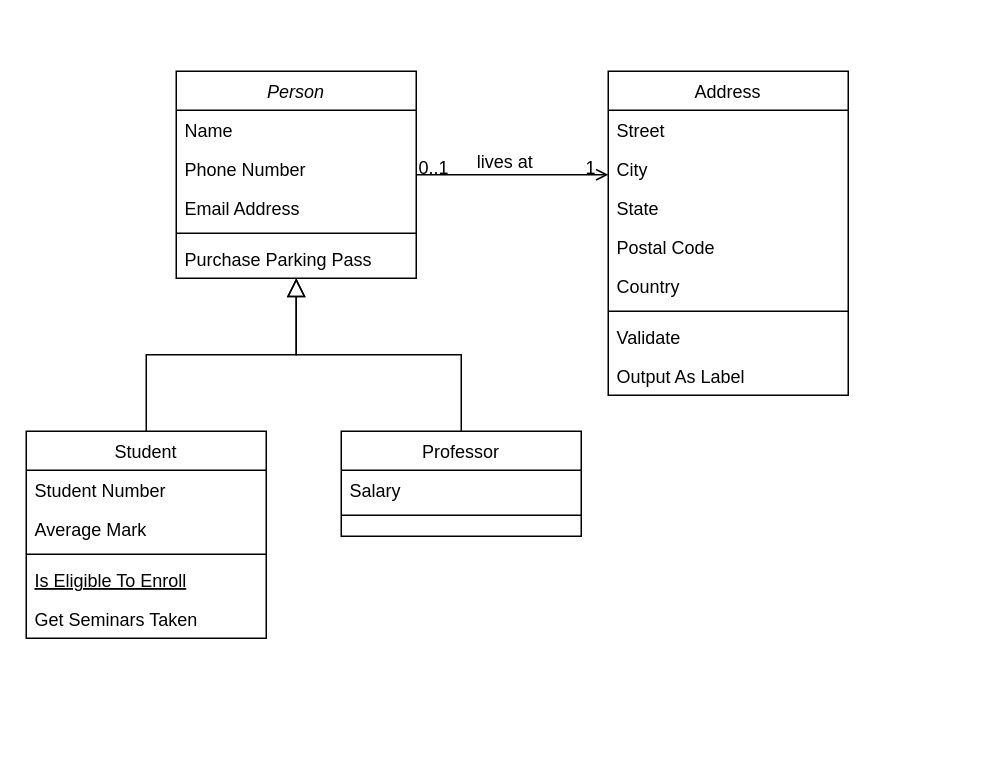
Before: ParadigmaOO/Diagrama sin título.drawio in Er1c-0Q/ProgOO, a draw.io diagram. Source tidied: cells renumbered, new cells numbered last; positions are measured from the earlier drawing's top-left corner, leaving out a move shared by most shapes. Both pictures are drawn from the tidied source at 150%, with x=0, y=0 at pixel (26, 70).
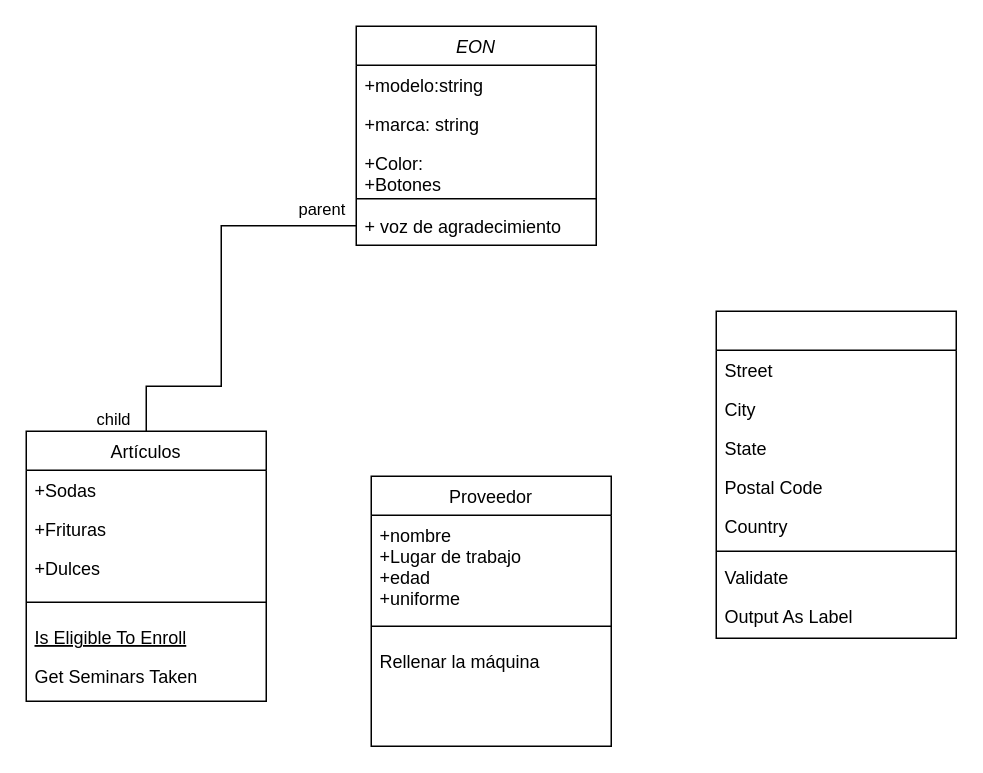
The same page after the edit.

The edit, as a diff of the source:
```diff
@@
-    <mxCell id="2" value="Person" style="swimlane;fontStyle=2;align=center;verticalAlign=top;horizontal=1;startSize=26;rounded=0;shadow=0;strokeWidth=1;" parent="1" vertex="1">
-      <mxGeometry x="100" width="160" height="138" as="geometry" />
+    <mxCell id="2" value="EON" style="swimlane;fontStyle=2;align=center;verticalAlign=top;horizontal=1;startSize=26;rounded=0;shadow=0;strokeWidth=1;" parent="1" vertex="1">
+      <mxGeometry x="220" y="-30" width="160" height="146" as="geometry" />
     </mxCell>
-    <mxCell id="3" value="Name" style="text;align=left;verticalAlign=top;spacingLeft=4;spacingRight=4;overflow=hidden;" parent="2" vertex="1">
+    <mxCell id="3" value="+modelo:string" style="text;align=left;verticalAlign=top;spacingLeft=4;spacingRight=4;overflow=hidden;" parent="2" vertex="1">
       <mxGeometry y="26" width="160" height="26" as="geometry" />
     </mxCell>
-    <mxCell id="4" value="Phone Number" style="text;align=left;verticalAlign=top;spacingLeft=4;spacingRight=4;overflow=hidden;rounded=0;shadow=0;html=0;" parent="2" vertex="1">
+    <mxCell id="4" value="+marca: string" style="text;align=left;verticalAlign=top;spacingLeft=4;spacingRight=4;overflow=hidden;rounded=0;shadow=0;html=0;" parent="2" vertex="1">
       <mxGeometry y="52" width="160" height="26" as="geometry" />
     </mxCell>
-    <mxCell id="5" value="Email Address" style="text;align=left;verticalAlign=top;spacingLeft=4;spacingRight=4;overflow=hidden;rounded=0;shadow=0;html=0;" parent="2" vertex="1">
-      <mxGeometry y="78" width="160" height="26" as="geometry" />
+    <mxCell id="5" value="+Color:&#10;+Botones&#10;" style="text;align=left;verticalAlign=top;spacingLeft=4;spacingRight=4;overflow=hidden;rounded=0;shadow=0;html=0;" parent="2" vertex="1">
+      <mxGeometry y="78" width="160" height="32" as="geometry" />
     </mxCell>
     <mxCell id="6" style="line;html=1;strokeWidth=1;align=left;verticalAlign=middle;spacingTop=-1;spacingLeft=3;spacingRight=3;labelPosition=right;" parent="2" vertex="1">
-      <mxGeometry y="104" width="160" height="8" as="geometry" />
+      <mxGeometry y="110" width="160" height="10" as="geometry" />
     </mxCell>
-    <mxCell id="7" value="Purchase Parking Pass" style="text;align=left;verticalAlign=top;spacingLeft=4;spacingRight=4;overflow=hidden;points=[[0,0.5],[1,0.5]];portConstraint=eastwest;" parent="2" vertex="1">
-      <mxGeometry y="112" width="160" height="26" as="geometry" />
+    <mxCell id="7" value="+ voz de agradecimiento" style="text;align=left;verticalAlign=top;spacingLeft=4;spacingRight=4;overflow=hidden;points=[[0,0.5],[1,0.5]];portConstraint=eastwest;" parent="2" vertex="1">
+      <mxGeometry y="120" width="160" height="26" as="geometry" />
     </mxCell>
-    <mxCell id="8" value="Student" style="swimlane;fontStyle=0;align=center;verticalAlign=top;horizontal=1;startSize=26;rounded=0;shadow=0;strokeWidth=1;" parent="1" vertex="1">
-      <mxGeometry y="240" width="160" height="138" as="geometry" />
+    <mxCell id="8" value="Artículos" style="swimlane;fontStyle=0;align=center;verticalAlign=top;horizontal=1;startSize=26;rounded=0;shadow=0;strokeWidth=1;" parent="1" vertex="1">
+      <mxGeometry y="240" width="160" height="180" as="geometry" />
     </mxCell>
-    <mxCell id="9" value="Student Number" style="text;align=left;verticalAlign=top;spacingLeft=4;spacingRight=4;overflow=hidden;" parent="8" vertex="1">
+    <mxCell id="9" value="+Sodas" style="text;align=left;verticalAlign=top;spacingLeft=4;spacingRight=4;overflow=hidden;" parent="8" vertex="1">
       <mxGeometry y="26" width="160" height="26" as="geometry" />
     </mxCell>
-    <mxCell id="10" value="Average Mark" style="text;align=left;verticalAlign=top;spacingLeft=4;spacingRight=4;overflow=hidden;rounded=0;shadow=0;html=0;" parent="8" vertex="1">
+    <mxCell id="10" value="+Frituras" style="text;align=left;verticalAlign=top;spacingLeft=4;spacingRight=4;overflow=hidden;rounded=0;shadow=0;html=0;" parent="8" vertex="1">
       <mxGeometry y="52" width="160" height="26" as="geometry" />
     </mxCell>
+    <mxCell id="32" value="+Dulces" style="text;align=left;verticalAlign=top;spacingLeft=4;spacingRight=4;overflow=hidden;rounded=0;shadow=0;html=0;" parent="8" vertex="1">
+      <mxGeometry y="78" width="160" height="26" as="geometry" />
+    </mxCell>
     <mxCell id="11" style="line;html=1;strokeWidth=1;align=left;verticalAlign=middle;spacingTop=-1;spacingLeft=3;spacingRight=3;labelPosition=right;" parent="8" vertex="1">
-      <mxGeometry y="78" width="160" height="8" as="geometry" />
+      <mxGeometry y="104" width="160" height="20" as="geometry" />
     </mxCell>
     <mxCell id="12" value="Is Eligible To Enroll" style="text;align=left;verticalAlign=top;spacingLeft=4;spacingRight=4;overflow=hidden;fontStyle=4;" parent="8" vertex="1">
-      <mxGeometry y="86" width="160" height="26" as="geometry" />
+      <mxGeometry y="124" width="160" height="26" as="geometry" />
     </mxCell>
     <mxCell id="13" value="Get Seminars Taken" style="text;align=left;verticalAlign=top;spacingLeft=4;spacingRight=4;overflow=hidden;" parent="8" vertex="1">
-      <mxGeometry y="112" width="160" height="26" as="geometry" />
+      <mxGeometry y="150" width="160" height="26" as="geometry" />
     </mxCell>
-    <mxCell id="14" style="endArrow=block;endSize=10;endFill=0;shadow=0;strokeWidth=1;rounded=0;edgeStyle=elbowEdgeStyle;elbow=vertical;" parent="1" edge="1" source="8" target="2">
-      <mxGeometry relative="1" as="geometry" />
-    </mxCell>
-    <mxCell id="15" value="Professor" style="swimlane;fontStyle=0;align=center;verticalAlign=top;horizontal=1;startSize=26;rounded=0;shadow=0;strokeWidth=1;" parent="1" vertex="1">
-      <mxGeometry x="210" y="240" width="160" height="70" as="geometry" />
-    </mxCell>
-    <mxCell id="16" value="Salary" style="text;align=left;verticalAlign=top;spacingLeft=4;spacingRight=4;overflow=hidden;" parent="15" vertex="1">
-      <mxGeometry y="26" width="160" height="26" as="geometry" />
-    </mxCell>
-    <mxCell id="17" style="line;html=1;strokeWidth=1;align=left;verticalAlign=middle;spacingTop=-1;spacingLeft=3;spacingRight=3;labelPosition=right;" parent="15" vertex="1">
-      <mxGeometry y="52" width="160" height="8" as="geometry" />
-    </mxCell>
-    <mxCell id="18" style="endArrow=block;endSize=10;endFill=0;shadow=0;strokeWidth=1;rounded=0;edgeStyle=elbowEdgeStyle;elbow=vertical;" parent="1" edge="1" source="15" target="2">
-      <mxGeometry relative="1" as="geometry" />
-    </mxCell>
-    <mxCell id="19" value="Address" style="swimlane;fontStyle=0;align=center;verticalAlign=top;horizontal=1;startSize=26;rounded=0;shadow=0;strokeWidth=1;" parent="1" vertex="1">
-      <mxGeometry x="388" width="160" height="216" as="geometry" />
+    <mxCell id="19" style="swimlane;fontStyle=0;align=center;verticalAlign=top;horizontal=1;startSize=26;rounded=0;shadow=0;strokeWidth=1;" parent="1" vertex="1">
+      <mxGeometry x="460" y="160" width="160" height="218" as="geometry" />
     </mxCell>
@@
-    <mxCell id="28" style="endArrow=open;shadow=0;strokeWidth=1;rounded=0;endFill=1;edgeStyle=elbowEdgeStyle;elbow=vertical;" parent="1" edge="1" source="2" target="19">
-      <mxGeometry x="0.5" y="41" relative="1" as="geometry">
-        <mxPoint x="-40" y="32" as="offset" />
-      </mxGeometry>
-    </mxCell>
-    <mxCell id="29" value="0..1" style="align=left;verticalAlign=bottom;labelBackgroundColor=none;fontSize=12;" parent="28" vertex="1">
-      <mxGeometry x="-1" relative="1" as="geometry">
-        <mxPoint y="4" as="offset" />
-      </mxGeometry>
-    </mxCell>
-    <mxCell id="30" value="1" style="align=right;verticalAlign=bottom;labelBackgroundColor=none;fontSize=12;" parent="28" vertex="1">
-      <mxGeometry x="1" relative="1" as="geometry">
-        <mxPoint x="-7" y="4" as="offset" />
-      </mxGeometry>
-    </mxCell>
-    <mxCell id="31" value="lives at" style="text;html=1;align=center;verticalAlign=middle;labelBackgroundColor=none;rounded=0;shadow=0;strokeWidth=1;fontSize=12;" parent="28" vertex="1">
-      <mxGeometry x="0.5" y="49" relative="1" as="geometry">
-        <mxPoint x="-38" y="40" as="offset" />
-      </mxGeometry>
-    </mxCell>
+    <mxCell id="33" value="Proveedor" style="swimlane;fontStyle=0;align=center;verticalAlign=top;horizontal=1;startSize=26;rounded=0;shadow=0;strokeWidth=1;" parent="1" vertex="1">
+      <mxGeometry x="230" y="270" width="160" height="180" as="geometry" />
+    </mxCell>
+    <mxCell id="16" value="+nombre&#10;+Lugar de trabajo&#10;+edad&#10;+uniforme&#10;&#10;" style="text;align=left;verticalAlign=top;spacingLeft=4;spacingRight=4;overflow=hidden;" parent="33" vertex="1">
+      <mxGeometry y="26" width="160" height="64" as="geometry" />
+    </mxCell>
+    <mxCell id="34" style="line;html=1;strokeWidth=1;align=left;verticalAlign=middle;spacingTop=-1;spacingLeft=3;spacingRight=3;labelPosition=right;" parent="33" vertex="1">
+      <mxGeometry y="90" width="160" height="20" as="geometry" />
+    </mxCell>
+    <mxCell id="35" value="Rellenar la máquina" style="text;align=left;verticalAlign=top;spacingLeft=4;spacingRight=4;overflow=hidden;" parent="33" vertex="1">
+      <mxGeometry y="110" width="160" height="26" as="geometry" />
+    </mxCell>
+    <mxCell id="36" style="endArrow=none;html=1;edgeStyle=orthogonalEdgeStyle;rounded=0;exitX=0;exitY=0.5;exitDx=0;exitDy=0;entryX=0.5;entryY=0;entryDx=0;entryDy=0;" parent="1" edge="1" source="7" target="8">
+      <mxGeometry relative="1" as="geometry">
+        <Array as="points">
+          <mxPoint x="130" y="103" />
+          <mxPoint x="130" y="210" />
+          <mxPoint x="80" y="210" />
+        </Array>
+      </mxGeometry>
+    </mxCell>
+    <mxCell id="37" value="parent" style="edgeLabel;html=1;align=left;verticalAlign=bottom;" parent="36" vertex="1">
+      <mxGeometry x="-1" relative="1" as="geometry">
+        <mxPoint x="-40" y="-3" as="offset" />
+      </mxGeometry>
+    </mxCell>
+    <mxCell id="38" value="child" style="edgeLabel;html=1;align=right;verticalAlign=bottom;" parent="36" vertex="1">
+      <mxGeometry x="1" relative="1" as="geometry">
+        <mxPoint x="-10" as="offset" />
+      </mxGeometry>
+    </mxCell>
```
